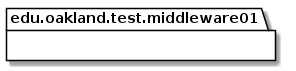
elilley15/csi-3370-software-project keeps this PlantUML diagram as docs/uml-class-diagrams/middleware01/test/Middleware01TestPackage.png. Above is the earlier version.
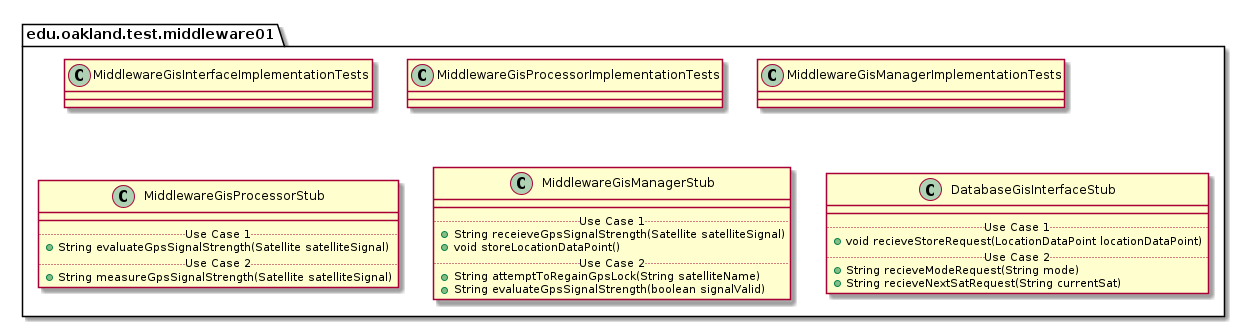
After the commit.

The edit, as a diff of the source:
```diff
@@ -4,4 +4,62 @@
 
 }
 
+
+package edu.oakland.test.middleware01 {
+    class MiddlewareGisInterfaceImplementationTests {
+
+    }
+}
+
+
+package edu.oakland.test.middleware01 {
+    class MiddlewareGisProcessorImplementationTests {
+
+    }
+}
+
+
+package edu.oakland.test.middleware01 {
+    class MiddlewareGisManagerImplementationTests {
+
+    }
+}
+
+
+package edu.oakland.test.middleware01 {
+    class MiddlewareGisProcessorStub {
+        __
+        .. Use Case 1 ..
+        + String evaluateGpsSignalStrength(Satellite satelliteSignal)
+        .. Use Case 2 ..
+        + String measureGpsSignalStrength(Satellite satelliteSignal)
+    }
+}
+
+
+package edu.oakland.test.middleware01 {
+    class MiddlewareGisManagerStub {
+        __
+        .. Use Case 1 ..
+        + String receieveGpsSignalStrength(Satellite satelliteSignal)
+        + void storeLocationDataPoint()
+        .. Use Case 2 ..
+        + String attemptToRegainGpsLock(String satelliteName)
+        + String evaluateGpsSignalStrength(boolean signalValid)
+    }
+}
+
+
+package edu.oakland.test.middleware01 {
+    class DatabaseGisInterfaceStub {
+        __
+        .. Use Case 1 ..
+        + void recieveStoreRequest(LocationDataPoint locationDataPoint)
+        .. Use Case 2 ..
+        + String recieveModeRequest(String mode)
+        + String recieveNextSatRequest(String currentSat)
+    }
+}
+
+
 @enduml
```
